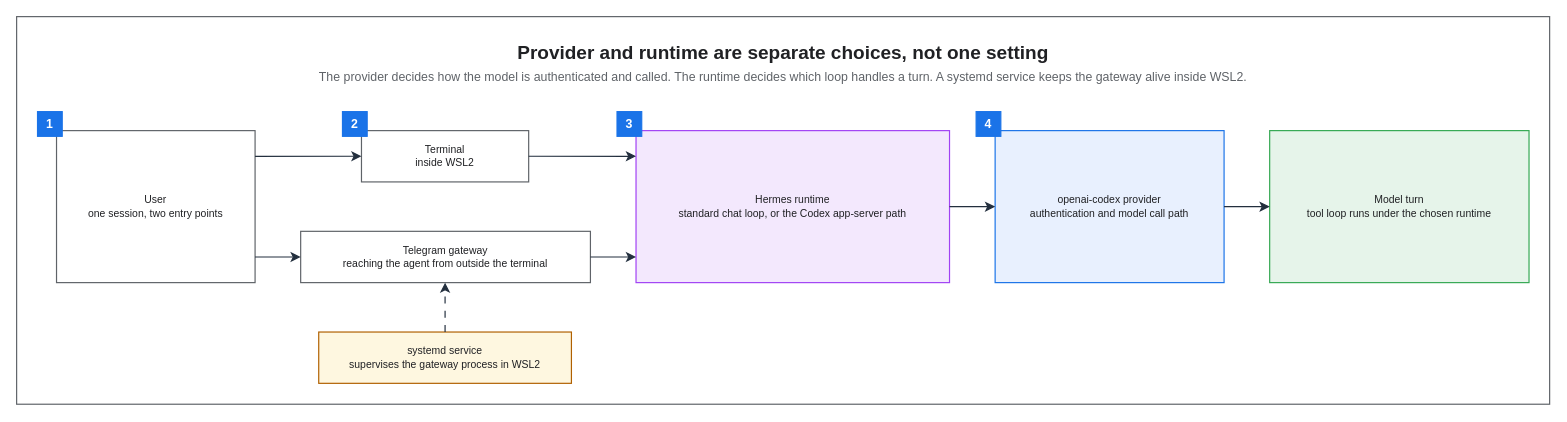
Above: assets/img/ai/hermes-wsl2-agent-flow.drawio in KKamJi98/kkamji98.github.io (draw.io), before the change. Source tidied: cells renumbered, new cells numbered last; positions are measured from the earlier drawing's top-left corner, leaving out a move shared by most shapes. Both pictures are drawn from the tidied source at 95%, with x=0, y=0 at pixel (16, 16).
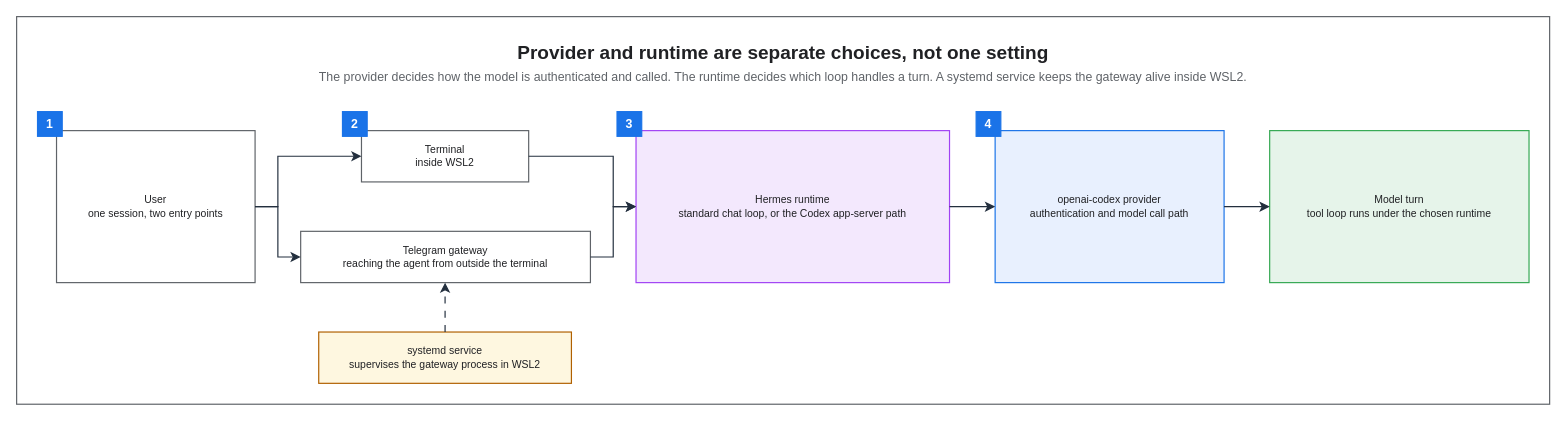
Above is the later version.

The change refers to these unchanged cells:
```xml
<mxCell id="5" value="User&#10;one session, two entry points" style="rounded=0;whiteSpace=wrap;html=0;fillColor=#FFFFFF;strokeColor=#5F6368;fontColor=#202124;fontSize=11;fontStyle=0;align=center;verticalAlign=middle;spacingLeft=6;spacingRight=6;strokeWidth=1.25;" parent="1" vertex="1">
  <mxGeometry x="42" y="120" width="209" height="160" as="geometry" />
</mxCell>
<mxCell id="6" value="Terminal&#10;inside WSL2" style="rounded=0;whiteSpace=wrap;html=0;fillColor=#FFFFFF;strokeColor=#5F6368;fontColor=#202124;fontSize=11;fontStyle=0;align=center;verticalAlign=middle;spacingLeft=6;spacingRight=6;strokeWidth=1.25;" parent="1" vertex="1">
  <mxGeometry x="363" y="120" width="176" height="54" as="geometry" />
</mxCell>
<mxCell id="7" value="Telegram gateway&#10;reaching the agent from outside the terminal" style="rounded=0;whiteSpace=wrap;html=0;fillColor=#FFFFFF;strokeColor=#5F6368;fontColor=#202124;fontSize=11;fontStyle=0;align=center;verticalAlign=middle;spacingLeft=6;spacingRight=6;strokeWidth=1.25;" parent="1" vertex="1">
  <mxGeometry x="299" y="226" width="305" height="54" as="geometry" />
</mxCell>
<mxCell id="8" value="Hermes runtime&#10;standard chat loop, or the Codex app-server path" style="rounded=0;whiteSpace=wrap;html=0;fillColor=#F3E8FD;strokeColor=#A142F4;fontColor=#202124;fontSize=11;fontStyle=0;align=center;verticalAlign=middle;spacingLeft=6;spacingRight=6;strokeWidth=1.25;" parent="1" vertex="1">
  <mxGeometry x="652" y="120" width="330" height="160" as="geometry" />
</mxCell>
```

What changed in the source:
```diff
@@
-    <mxCell id="16" style="edgeStyle=orthogonalEdgeStyle;rounded=0;html=0;strokeColor=#232F3E;strokeWidth=1.25;endArrow=classic;endFill=1;endSize=7;fontSize=11;fontColor=#202124;labelBackgroundColor=none;jettySize=14;exitX=1;exitY=0.1688;entryX=0;entryY=0.5;exitDx=0;exitDy=0;entryDx=0;entryDy=0;" parent="1" edge="1" source="5" target="6">
-      <mxGeometry relative="1" as="geometry" />
+    <mxCell id="16" style="edgeStyle=orthogonalEdgeStyle;rounded=0;html=0;strokeColor=#232F3E;strokeWidth=1.25;endArrow=classic;endFill=1;endSize=7;fontSize=11;fontColor=#202124;labelBackgroundColor=none;jettySize=14;exitX=1;exitY=0.5;entryX=0;entryY=0.5;exitDx=0;exitDy=0;entryDx=0;entryDy=0;" parent="1" edge="1" source="5" target="6">
+      <mxGeometry relative="1" as="geometry">
+        <Array as="points">
+          <mxPoint x="275" y="200" />
+          <mxPoint x="275" y="147" />
+        </Array>
+      </mxGeometry>
     </mxCell>
-    <mxCell id="17" style="edgeStyle=orthogonalEdgeStyle;rounded=0;html=0;strokeColor=#232F3E;strokeWidth=1.25;endArrow=classic;endFill=1;endSize=7;fontSize=11;fontColor=#202124;labelBackgroundColor=none;jettySize=14;exitX=1;exitY=0.8313;entryX=0;entryY=0.5;exitDx=0;exitDy=0;entryDx=0;entryDy=0;" parent="1" edge="1" source="5" target="7">
-      <mxGeometry relative="1" as="geometry" />
+    <mxCell id="17" style="edgeStyle=orthogonalEdgeStyle;rounded=0;html=0;strokeColor=#232F3E;strokeWidth=1.25;endArrow=classic;endFill=1;endSize=7;fontSize=11;fontColor=#202124;labelBackgroundColor=none;jettySize=14;exitX=1;exitY=0.5;entryX=0;entryY=0.5;exitDx=0;exitDy=0;entryDx=0;entryDy=0;" parent="1" edge="1" source="5" target="7">
+      <mxGeometry relative="1" as="geometry">
+        <Array as="points">
+          <mxPoint x="275" y="200" />
+          <mxPoint x="275" y="253" />
+        </Array>
+      </mxGeometry>
     </mxCell>
-    <mxCell id="18" style="edgeStyle=orthogonalEdgeStyle;rounded=0;html=0;strokeColor=#232F3E;strokeWidth=1.25;endArrow=classic;endFill=1;endSize=7;fontSize=11;fontColor=#202124;labelBackgroundColor=none;jettySize=14;exitX=1;exitY=0.5;entryX=0;entryY=0.1688;exitDx=0;exitDy=0;entryDx=0;entryDy=0;" parent="1" edge="1" source="6" target="8">
-      <mxGeometry relative="1" as="geometry" />
+    <mxCell id="18" style="edgeStyle=orthogonalEdgeStyle;rounded=0;html=0;strokeColor=#232F3E;strokeWidth=1.25;endArrow=classic;endFill=1;endSize=7;fontSize=11;fontColor=#202124;labelBackgroundColor=none;jettySize=14;exitX=1;exitY=0.5;entryX=0;entryY=0.5;exitDx=0;exitDy=0;entryDx=0;entryDy=0;" parent="1" edge="1" source="6" target="8">
+      <mxGeometry relative="1" as="geometry">
+        <Array as="points">
+          <mxPoint x="628" y="147" />
+          <mxPoint x="628" y="200" />
+        </Array>
+      </mxGeometry>
     </mxCell>
-    <mxCell id="19" style="edgeStyle=orthogonalEdgeStyle;rounded=0;html=0;strokeColor=#232F3E;strokeWidth=1.25;endArrow=classic;endFill=1;endSize=7;fontSize=11;fontColor=#202124;labelBackgroundColor=none;jettySize=14;exitX=1;exitY=0.5;entryX=0;entryY=0.8313;exitDx=0;exitDy=0;entryDx=0;entryDy=0;" parent="1" edge="1" source="7" target="8">
-      <mxGeometry relative="1" as="geometry" />
+    <mxCell id="19" style="edgeStyle=orthogonalEdgeStyle;rounded=0;html=0;strokeColor=#232F3E;strokeWidth=1.25;endArrow=classic;endFill=1;endSize=7;fontSize=11;fontColor=#202124;labelBackgroundColor=none;jettySize=14;exitX=1;exitY=0.5;entryX=0;entryY=0.5;exitDx=0;exitDy=0;entryDx=0;entryDy=0;" parent="1" edge="1" source="7" target="8">
+      <mxGeometry relative="1" as="geometry">
+        <Array as="points">
+          <mxPoint x="628" y="253" />
+          <mxPoint x="628" y="200" />
+        </Array>
+      </mxGeometry>
     </mxCell>
```
